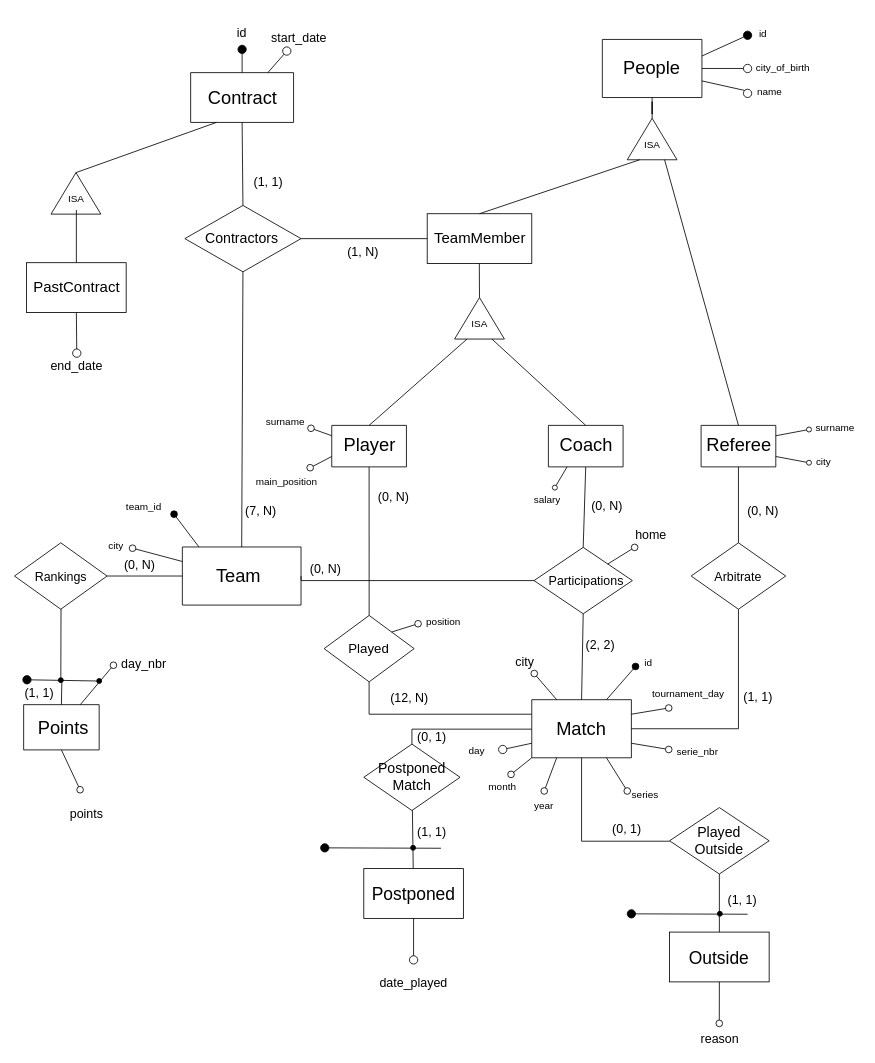
Before: Untitled Diagram.drawio in gmessmer/CSCC43-Databases, a draw.io diagram. Source tidied: cells renumbered, new cells numbered last; positions are measured from the earlier drawing's top-left corner, leaving out a move shared by most shapes. Both pictures are drawn from the tidied source at 83%, with x=0, y=0 at pixel (14, 14).
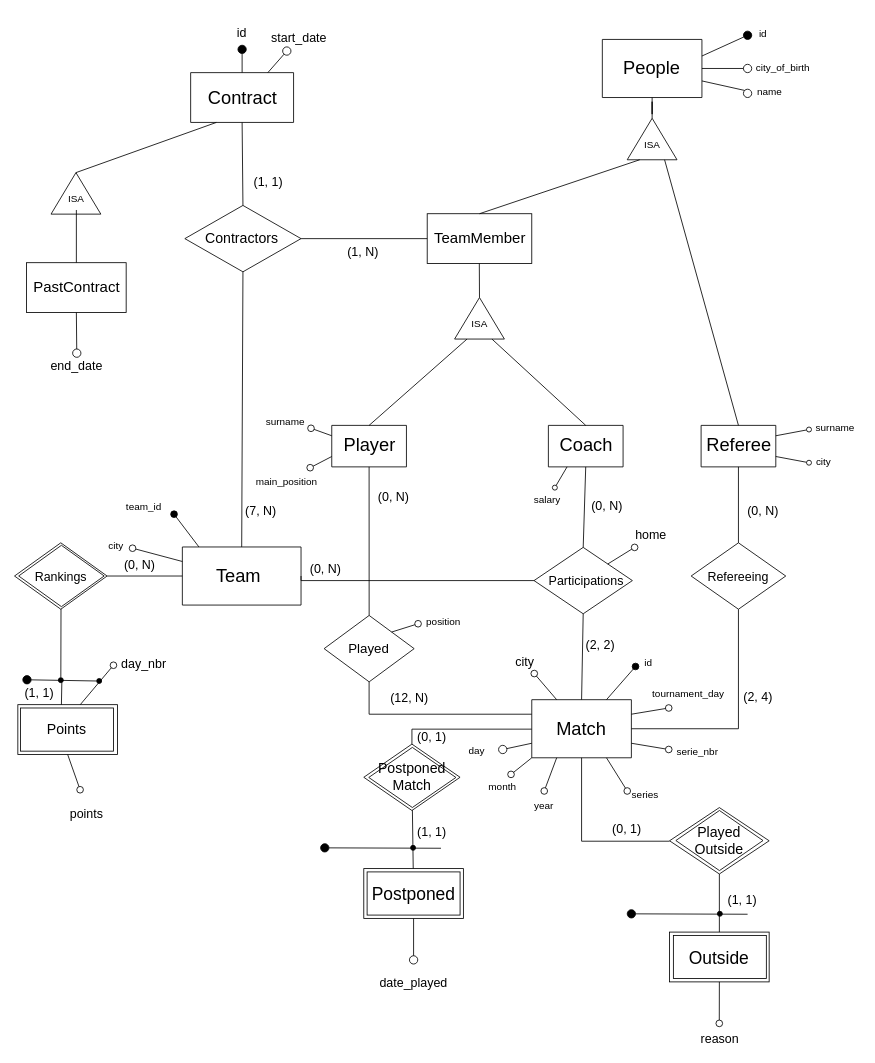
The same diagram, later.

The change refers to these unchanged cells:
```xml
<mxCell id="88" style="ellipse;whiteSpace=wrap;html=1;fontSize=15;fillColor=#000000;" parent="1" vertex="1">
  <mxGeometry x="52.8" y="799" width="6" height="6" as="geometry" />
</mxCell>
```

The edit, as a diff of the source:
```diff
@@
-    <mxCell id="71" value="Arbitrate" style="text;html=1;strokeColor=none;fillColor=none;align=center;verticalAlign=middle;whiteSpace=wrap;rounded=0;fontSize=15;" parent="1" vertex="1">
+    <mxCell id="71" value="Refereeing" style="text;html=1;strokeColor=none;fillColor=none;align=center;verticalAlign=middle;whiteSpace=wrap;rounded=0;fontSize=15;" parent="1" vertex="1">
       <mxGeometry x="842.2" y="661.5" width="60" height="30" as="geometry" />
     </mxCell>
@@
-    <mxCell id="73" style="edgeStyle=none;rounded=0;jettySize=auto;html=1;exitX=0.5;exitY=1;exitDx=0;exitDy=0;fontSize=15;startArrow=none;startFill=0;endArrow=oval;endFill=0;endSize=8;" parent="1" edge="1" source="75">
+    <mxCell id="73" style="edgeStyle=none;rounded=0;jettySize=auto;html=1;exitX=0.5;exitY=1;exitDx=0;exitDy=0;fontSize=15;startArrow=none;startFill=0;endArrow=oval;endFill=0;endSize=8;" parent="1" edge="1" source="151">
       <mxGeometry relative="1" as="geometry">
         <mxPoint x="79" y="934" as="targetPoint" />
       </mxGeometry>
     </mxCell>
-    <mxCell id="74" style="rounded=0;jettySize=auto;elbow=vertical;html=1;exitX=0.75;exitY=0;exitDx=0;exitDy=0;fontSize=15;startArrow=none;startFill=0;endArrow=oval;endFill=0;endSize=8;entryX=0;entryY=0.5;entryDx=0;entryDy=0;" parent="1" edge="1" source="75">
+    <mxCell id="74" style="rounded=0;orthogonalLoop=1;jettySize=auto;elbow=vertical;html=1;exitX=0.75;exitY=0;exitDx=0;exitDy=0;fontSize=15;startArrow=none;startFill=0;endArrow=oval;endFill=0;endSize=8;entryX=0;entryY=0.5;entryDx=0;entryDy=0;" parent="1" edge="1">
       <mxGeometry relative="1" as="geometry">
+        <mxPoint x="79.2" y="831.5" as="sourcePoint" />
         <mxPoint x="119.2" y="784" as="targetPoint" />
       </mxGeometry>
     </mxCell>
-    <mxCell id="75" style="swimlane;startSize=0;fillColor=#000000;" parent="1" vertex="1">
-      <mxGeometry x="11" y="831.5" width="91" height="54.5" as="geometry" />
-    </mxCell>
-    <mxCell id="76" value="&lt;font style=&quot;font-size: 22px&quot;&gt;Points&lt;br&gt;&lt;/font&gt;" style="text;html=1;strokeColor=none;fillColor=none;align=center;verticalAlign=middle;whiteSpace=wrap;rounded=0;" parent="75" vertex="1">
-      <mxGeometry x="17.5" y="13" width="60" height="30" as="geometry" />
-    </mxCell>
@@
-    <mxCell id="89" style="edgeStyle=elbowEdgeStyle;rounded=0;jettySize=auto;html=1;fontSize=15;startArrow=none;startFill=0;endArrow=none;endFill=0;endSize=8;exitX=0.5;exitY=0;exitDx=0;exitDy=0;" parent="1" edge="1" source="75" target="88">
-      <mxGeometry relative="1" as="geometry" />
+    <mxCell id="89" style="edgeStyle=elbowEdgeStyle;rounded=0;jettySize=auto;html=1;fontSize=15;startArrow=none;startFill=0;endArrow=none;endFill=0;endSize=8;exitX=0.5;exitY=0;exitDx=0;exitDy=0;" parent="1" edge="1" target="88">
+      <mxGeometry relative="1" as="geometry">
+        <mxPoint x="56.5" y="831.5" as="sourcePoint" />
+      </mxGeometry>
     </mxCell>
@@
-    <mxCell id="129" value="(1, 1)" style="text;html=1;strokeColor=none;fillColor=none;align=center;verticalAlign=middle;whiteSpace=wrap;rounded=0;fontSize=15;" parent="1" vertex="1">
+    <mxCell id="129" value="(2, 4)" style="text;html=1;strokeColor=none;fillColor=none;align=center;verticalAlign=middle;whiteSpace=wrap;rounded=0;fontSize=15;" parent="1" vertex="1">
       <mxGeometry x="866.2" y="806" width="60" height="30" as="geometry" />
     </mxCell>
@@
+    <mxCell id="147" style="rhombus;whiteSpace=wrap;html=1;fontSize=17;fillColor=none;" parent="1" vertex="1">
+      <mxGeometry x="426.8" y="883" width="105" height="72.4" as="geometry" />
+    </mxCell>
+    <mxCell id="148" style="rhombus;whiteSpace=wrap;html=1;fontSize=17;fillColor=none;" parent="1" vertex="1">
+      <mxGeometry x="796.8" y="959" width="105" height="72.4" as="geometry" />
+    </mxCell>
+    <mxCell id="149" style="whiteSpace=wrap;html=1;fontSize=17;fillColor=none;" parent="1" vertex="1">
+      <mxGeometry x="424.8" y="1033" width="112" height="52" as="geometry" />
+    </mxCell>
+    <mxCell id="150" style="whiteSpace=wrap;html=1;fontSize=17;fillColor=none;" parent="1" vertex="1">
+      <mxGeometry x="793.8" y="1109.5" width="112" height="52" as="geometry" />
+    </mxCell>
+    <mxCell id="151" style="whiteSpace=wrap;html=1;fontSize=17;fillColor=none;" parent="1" vertex="1">
+      <mxGeometry x="4" y="831.5" width="120" height="60" as="geometry" />
+    </mxCell>
+    <mxCell id="76" value="Points" style="whiteSpace=wrap;html=1;fontSize=17;fillColor=none;" parent="1" vertex="1">
+      <mxGeometry x="7.2" y="835.5" width="112" height="52" as="geometry" />
+    </mxCell>
+    <mxCell id="152" style="rhombus;whiteSpace=wrap;html=1;fontStyle=1;fillColor=none;startSize=0;" parent="1" vertex="1">
+      <mxGeometry x="5" y="639.5" width="103" height="73.9" as="geometry" />
+    </mxCell>
```
